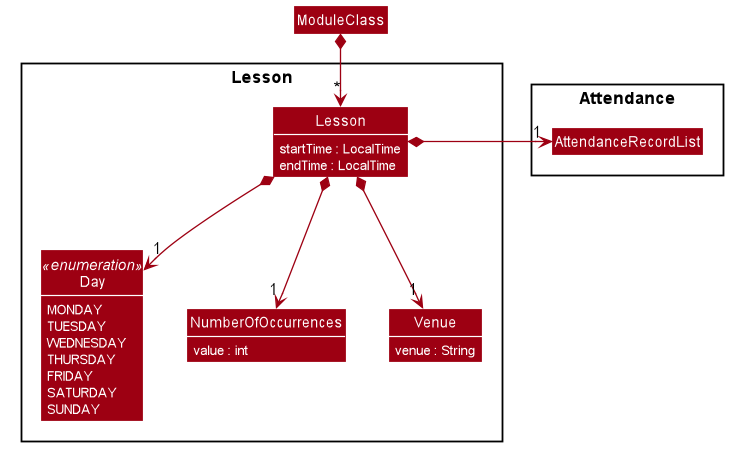
ypinhsuan/tp keeps this PlantUML diagram as docs/images/LessonModelClassDiagram.png. Above is the earlier version. Its source is kept beside it as docs/diagrams/LessonModelClassDiagram.puml. The source it was exported from:
```plantuml
@startuml
!include style.puml
show members
hide empty members
skinparam classAttributeFontColor #FFFFFF
skinparam arrowThickness 1.1
skinparam arrowColor MODEL_COLOR
skinparam classBackgroundColor MODEL_COLOR

Class ModuleClass

package Lesson <<Rectangle>> {
    class Lesson {
        startTime : LocalTime
        endTime : LocalTime
    }
    enum Day <<enumeration>> {
        MONDAY
        TUESDAY
        WEDNESDAY
        THURSDAY
        FRIDAY
        SATURDAY
        SUNDAY
    }
    class NumberOfOccurrences {
        value : int
    }
    class Venue {
        venue : String
    }
}

package Attendance <<Rectangle>> {
    class AttendanceRecordList
}

ModuleClass *-down->"*" Lesson
Lesson *-down->"1" Day
Lesson *-down->"1" NumberOfOccurrences
Lesson *-down->"1" Venue
Lesson *-right->"1" AttendanceRecordList

@enduml
```
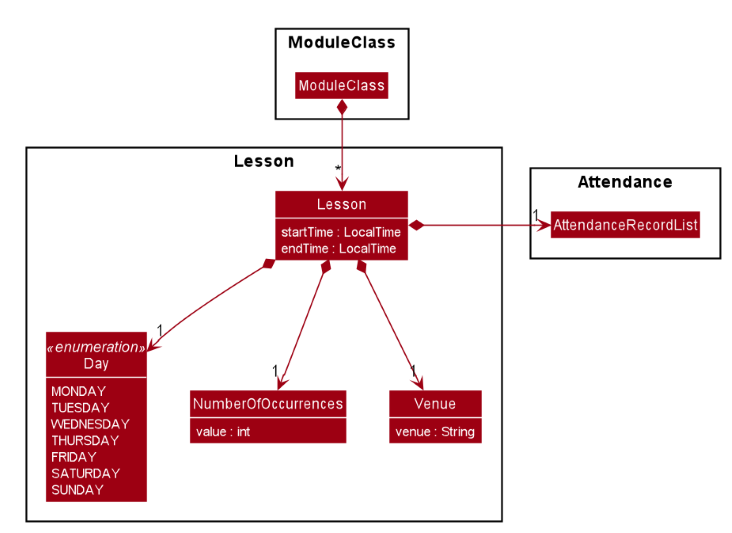
After the commit.

The edit, as a diff of the source:
```diff
@@ -7,7 +7,9 @@
 skinparam arrowColor MODEL_COLOR
 skinparam classBackgroundColor MODEL_COLOR
 
-Class ModuleClass
+package ModuleClass {
+  Class ModuleClass
+}
 
 package Lesson <<Rectangle>> {
     class Lesson {
```
